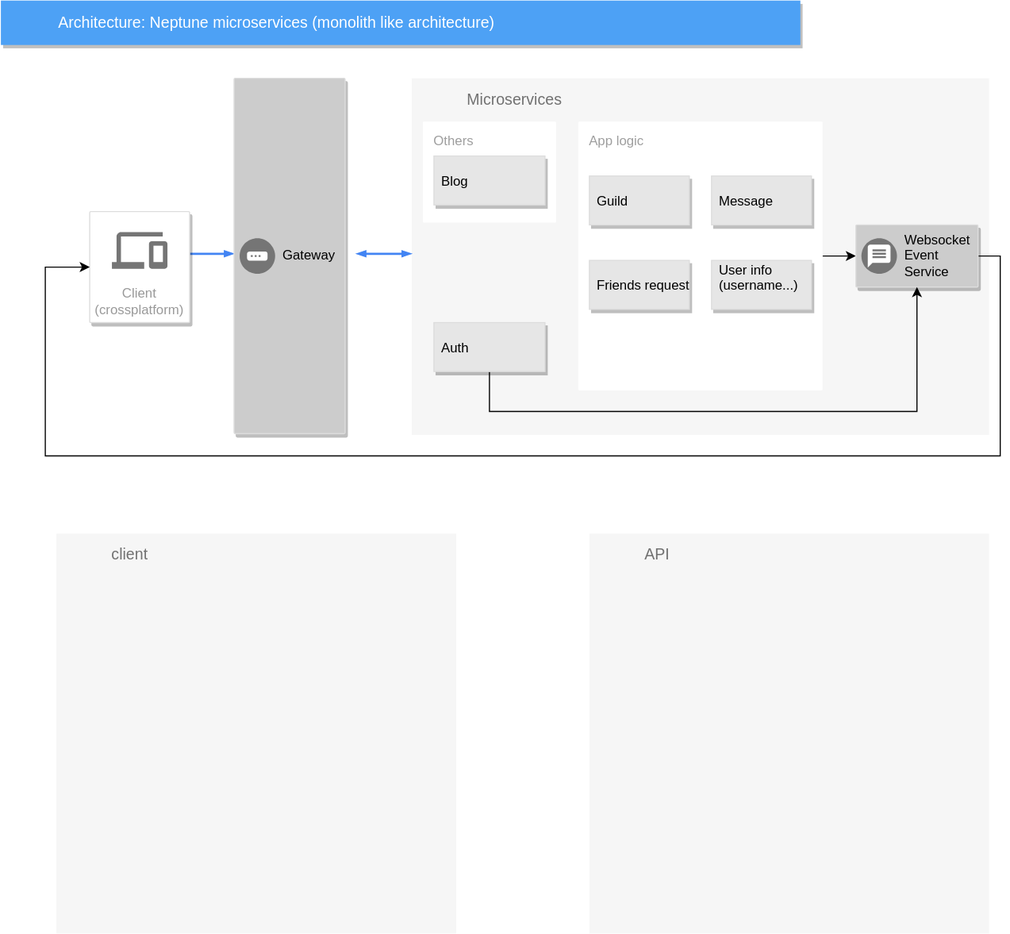
Before: diagram/diagram.svg, a diagram exported from draw.io (UchatOrg/guideline). Source tidied: cells renumbered, new cells last; positions are measured from the earlier drawing's top-left corner, leaving out a move shared by most shapes.
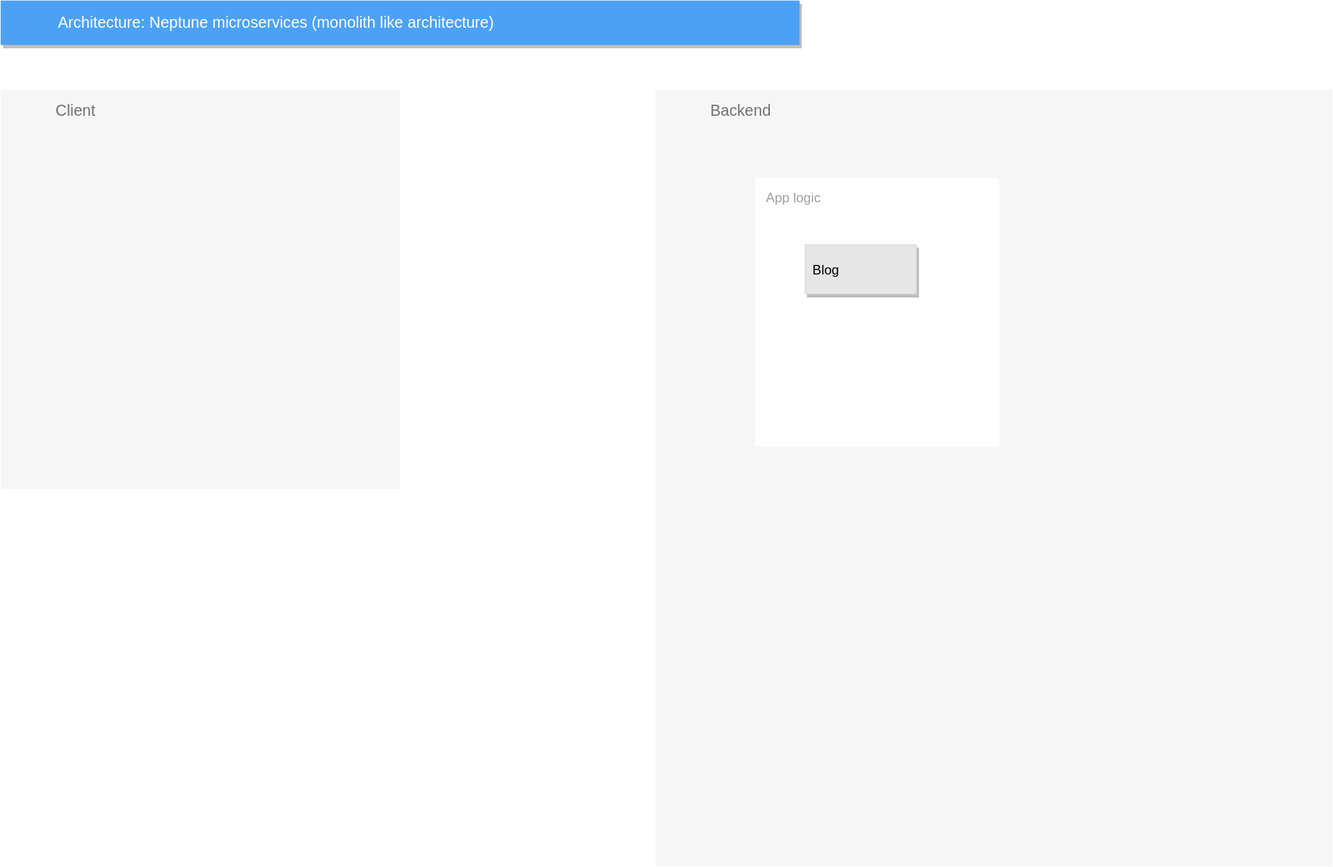
Later version of the same file.

The edit, as a diff of the source:
```diff
@@ -2,47 +2,12 @@
   <root>
     <mxCell id="0" />
     <mxCell id="1" parent="0" />
-    <mxCell id="2" value="&lt;div&gt;Microservices&lt;/div&gt;" style="fillColor=#F6F6F6;strokeColor=none;shadow=0;gradientColor=none;fontSize=14;align=left;spacing=10;fontColor=#717171;9E9E9E;verticalAlign=top;spacingTop=-4;fontStyle=0;spacingLeft=40;html=1;" parent="1" vertex="1">
-      <mxGeometry x="370" y="70" width="520" height="321" as="geometry" />
-    </mxCell>
     <mxCell id="3" value="Architecture: Neptune microservices (monolith like architecture)" style="fillColor=#4DA1F5;strokeColor=none;shadow=1;gradientColor=none;fontSize=14;align=left;spacingLeft=50;fontColor=#ffffff;html=1;" parent="1" vertex="1">
-      <mxGeometry width="720" height="40" as="geometry" />
+      <mxGeometry x="-190" width="720" height="40" as="geometry" />
     </mxCell>
-    <mxCell id="4" style="edgeStyle=orthogonalEdgeStyle;rounded=0;html=1;labelBackgroundColor=none;startFill=1;startSize=4;endArrow=blockThin;endFill=1;endSize=4;jettySize=auto;strokeColor=#4284F3;strokeWidth=2;fontSize=12;fontColor=#000000;align=left;dashed=0;" parent="1" edge="1" source="5">
-      <mxGeometry relative="1" as="geometry">
-        <mxPoint x="210" y="228" as="targetPoint" />
-        <Array as="points">
-          <mxPoint x="210" y="228" />
-          <mxPoint x="210" y="228" />
-        </Array>
-      </mxGeometry>
-    </mxCell>
-    <mxCell id="5" value="&lt;div&gt;Client&lt;/div&gt;&lt;div&gt;(crossplatform)&lt;/div&gt;" style="strokeColor=#dddddd;fillColor=#FFFFFF;shadow=1;strokeWidth=1;rounded=1;absoluteArcSize=1;arcSize=2;labelPosition=center;verticalLabelPosition=middle;align=center;verticalAlign=bottom;spacingLeft=0;fontColor=#999999;fontSize=12;whiteSpace=wrap;spacingBottom=2;html=1;" parent="1" vertex="1">
-      <mxGeometry x="80" y="190" width="90" height="100" as="geometry" />
-    </mxCell>
-    <mxCell id="6" style="dashed=0;html=1;fillColor=#757575;strokeColor=none;shape=mxgraph.gcp2.desktop_and_mobile;" parent="5" vertex="1">
-      <mxGeometry x="0.5" width="50" height="33" relative="1" as="geometry">
-        <mxPoint x="-25" y="18.5" as="offset" />
-      </mxGeometry>
-    </mxCell>
-    <mxCell id="7" style="edgeStyle=orthogonalEdgeStyle;rounded=0;html=1;labelBackgroundColor=none;startFill=1;startSize=4;endArrow=blockThin;endFill=1;endSize=4;jettySize=auto;orthogonalLoop=1;strokeColor=#4284F3;strokeWidth=2;fontSize=12;fontColor=#000000;align=left;dashed=0;startArrow=blockThin;" parent="1" edge="1">
-      <mxGeometry relative="1" as="geometry">
-        <mxPoint x="320" y="228" as="sourcePoint" />
-        <mxPoint x="370" y="228" as="targetPoint" />
-        <Array as="points">
-          <mxPoint x="340" y="228" />
-          <mxPoint x="340" y="228" />
-        </Array>
-      </mxGeometry>
-    </mxCell>
-    <mxCell id="8" style="edgeStyle=orthogonalEdgeStyle;rounded=0;jettySize=auto;html=1;exitX=1;exitY=0.5;exitDx=0;exitDy=0;exitPerimeter=0;" parent="1" edge="1" source="9" target="11">
-      <mxGeometry relative="1" as="geometry" />
-    </mxCell>
-    <mxCell id="9" value="&lt;div&gt;App logic&lt;br&gt;&lt;/div&gt;" style="points=[[0,0,0],[0.25,0,0],[0.5,0,0],[0.75,0,0],[1,0,0],[1,0.25,0],[1,0.5,0],[1,0.75,0],[1,1,0],[0.75,1,0],[0.5,1,0],[0.25,1,0],[0,1,0],[0,0.75,0],[0,0.5,0],[0,0.25,0]];rounded=1;absoluteArcSize=1;arcSize=2;html=1;strokeColor=none;gradientColor=none;shadow=0;dashed=0;fontSize=12;fontColor=#9E9E9E;align=left;verticalAlign=top;spacing=10;spacingTop=-4;" parent="1" vertex="1">
-      <mxGeometry x="520" y="109" width="220" height="242" as="geometry" />
-    </mxCell>
-    <mxCell id="10" style="edgeStyle=orthogonalEdgeStyle;rounded=0;jettySize=auto;html=1;exitX=1;exitY=0.5;exitDx=0;exitDy=0;entryX=0;entryY=0.5;entryDx=0;entryDy=0;" parent="1" edge="1" source="11" target="5">
+    <mxCell id="10" style="edgeStyle=orthogonalEdgeStyle;rounded=0;jettySize=auto;html=1;exitX=1;exitY=0.5;exitDx=0;exitDy=0;entryX=0;entryY=0.5;entryDx=0;entryDy=0;" parent="1" edge="1" source="x">
       <mxGeometry relative="1" as="geometry">
+        <mxPoint x="80" y="240" as="targetPoint" />
         <Array as="points">
           <mxPoint x="900" y="230" />
           <mxPoint x="900" y="410" />
@@ -51,56 +16,17 @@
         </Array>
       </mxGeometry>
     </mxCell>
-    <mxCell id="11" style="strokeColor=#dddddd;shadow=1;strokeWidth=1;rounded=1;absoluteArcSize=1;arcSize=2;fillColor=#CCCCCC;" parent="1" vertex="1">
-      <mxGeometry x="770" y="202" width="110" height="56" as="geometry" />
-    </mxCell>
-    <mxCell id="12" value="&lt;div&gt;Websocket&lt;/div&gt;&lt;div&gt;Event&lt;/div&gt;&lt;div&gt;Service&lt;/div&gt;" style="dashed=0;html=1;fillColor=#757575;strokeColor=none;shape=mxgraph.gcp2.push_notification_service;labelPosition=right;verticalLabelPosition=middle;align=left;verticalAlign=middle;spacingLeft=5;fontSize=12;" parent="11" vertex="1">
-      <mxGeometry y="0.5" width="32" height="32" relative="1" as="geometry">
-        <mxPoint x="5" y="-16" as="offset" />
-      </mxGeometry>
-    </mxCell>
-    <mxCell id="13" style="strokeColor=#dddddd;shadow=1;strokeWidth=1;rounded=1;absoluteArcSize=1;arcSize=2;fillColor=#CCCCCC;" parent="1" vertex="1">
-      <mxGeometry x="210" y="70" width="100" height="320" as="geometry" />
-    </mxCell>
-    <mxCell id="14" value="Gateway" style="dashed=0;html=1;fillColor=#757575;strokeColor=none;shape=mxgraph.gcp2.gateway;labelPosition=right;verticalLabelPosition=middle;align=left;verticalAlign=middle;spacingLeft=5;fontSize=12;" parent="13" vertex="1">
-      <mxGeometry y="0.5" width="32" height="32" relative="1" as="geometry">
-        <mxPoint x="5" y="-16" as="offset" />
-      </mxGeometry>
-    </mxCell>
-    <mxCell id="15" value="Guild" style="dashed=0;strokeColor=#dddddd;shadow=1;strokeWidth=1;labelPosition=center;verticalLabelPosition=middle;align=left;verticalAlign=middle;spacingLeft=5;fontSize=12;fillColor=#E6E6E6;" parent="1" vertex="1">
-      <mxGeometry x="530" y="158" width="90" height="44" as="geometry" />
-    </mxCell>
-    <mxCell id="16" value="Message" style="dashed=0;strokeColor=#dddddd;shadow=1;strokeWidth=1;labelPosition=center;verticalLabelPosition=middle;align=left;verticalAlign=middle;spacingLeft=5;fontSize=12;fillColor=#E6E6E6;" parent="1" vertex="1">
-      <mxGeometry x="640" y="158" width="90" height="44" as="geometry" />
-    </mxCell>
-    <mxCell id="17" value="Friends request" style="dashed=0;strokeColor=#dddddd;shadow=1;strokeWidth=1;labelPosition=center;verticalLabelPosition=middle;align=left;verticalAlign=middle;spacingLeft=5;fontSize=12;fillColor=#E6E6E6;" parent="1" vertex="1">
-      <mxGeometry x="530" y="234" width="90" height="44" as="geometry" />
-    </mxCell>
-    <mxCell id="18" value="User info&#10;(username...)&#10;" style="dashed=0;strokeColor=#dddddd;shadow=1;strokeWidth=1;labelPosition=center;verticalLabelPosition=middle;align=left;verticalAlign=middle;spacingLeft=5;fontSize=12;fillColor=#E6E6E6;" parent="1" vertex="1">
-      <mxGeometry x="640" y="234" width="90" height="44" as="geometry" />
-    </mxCell>
-    <mxCell id="19" style="edgeStyle=orthogonalEdgeStyle;rounded=0;jettySize=auto;html=1;entryX=0.5;entryY=1;entryDx=0;entryDy=0;" parent="1" edge="1" source="20" target="11">
-      <mxGeometry relative="1" as="geometry">
-        <Array as="points">
-          <mxPoint x="440" y="370" />
-          <mxPoint x="825" y="370" />
-        </Array>
-      </mxGeometry>
-    </mxCell>
-    <mxCell id="20" value="Auth" style="dashed=0;strokeColor=#dddddd;shadow=1;strokeWidth=1;labelPosition=center;verticalLabelPosition=middle;align=left;verticalAlign=middle;spacingLeft=5;fontSize=12;fillColor=#E6E6E6;" parent="1" vertex="1">
-      <mxGeometry x="390" y="290" width="100" height="44" as="geometry" />
-    </mxCell>
-    <mxCell id="21" value="Others" style="rounded=1;absoluteArcSize=1;arcSize=2;html=1;strokeColor=none;gradientColor=none;shadow=0;dashed=0;fontSize=12;fontColor=#9E9E9E;align=left;verticalAlign=top;spacing=10;spacingTop=-4;" parent="1" vertex="1">
-      <mxGeometry x="380" y="109" width="120" height="91" as="geometry" />
-    </mxCell>
-    <mxCell id="22" value="Blog" style="dashed=0;strokeColor=#dddddd;shadow=1;strokeWidth=1;labelPosition=center;verticalLabelPosition=middle;align=left;verticalAlign=middle;spacingLeft=5;fontSize=12;fillColor=#E6E6E6;" parent="1" vertex="1">
-      <mxGeometry x="390" y="140" width="100" height="44" as="geometry" />
-    </mxCell>
-    <mxCell id="23" value="client " style="fillColor=#F6F6F6;strokeColor=none;shadow=0;gradientColor=none;fontSize=14;align=left;spacing=10;fontColor=#717171;9E9E9E;verticalAlign=top;spacingTop=-4;fontStyle=0;spacingLeft=40;html=1;" parent="1" vertex="1">
-      <mxGeometry x="50" y="480" width="360" height="360" as="geometry" />
+    <mxCell id="23" value="Client" style="fillColor=#F6F6F6;strokeColor=none;shadow=0;gradientColor=none;fontSize=14;align=left;spacing=10;fontColor=#717171;9E9E9E;verticalAlign=top;spacingTop=-4;fontStyle=0;spacingLeft=40;html=1;" parent="1" vertex="1">
+      <mxGeometry x="-190" y="80" width="360" height="360" as="geometry" />
     </mxCell>
-    <mxCell id="24" value="API" style="fillColor=#F6F6F6;strokeColor=none;shadow=0;gradientColor=none;fontSize=14;align=left;spacing=10;fontColor=#717171;9E9E9E;verticalAlign=top;spacingTop=-4;fontStyle=0;spacingLeft=40;html=1;" parent="1" vertex="1">
-      <mxGeometry x="530" y="480" width="360" height="360" as="geometry" />
+    <mxCell id="24" value="Backend&lt;br&gt;" style="fillColor=#F6F6F6;strokeColor=none;shadow=0;gradientColor=none;fontSize=14;align=left;spacing=10;fontColor=#717171;9E9E9E;verticalAlign=top;spacingTop=-4;fontStyle=0;spacingLeft=40;html=1;" parent="1" vertex="1">
+      <mxGeometry x="400" y="80" width="610" height="700" as="geometry" />
     </mxCell>
+    <mxCell id="9" value="&lt;div&gt;App logic&lt;br&gt;&lt;/div&gt;" style="points=[[0,0,0],[0.25,0,0],[0.5,0,0],[0.75,0,0],[1,0,0],[1,0.25,0],[1,0.5,0],[1,0.75,0],[1,1,0],[0.75,1,0],[0.5,1,0],[0.25,1,0],[0,1,0],[0,0.75,0],[0,0.5,0],[0,0.25,0]];rounded=1;absoluteArcSize=1;arcSize=2;html=1;strokeColor=none;gradientColor=none;shadow=0;dashed=0;fontSize=12;fontColor=#9E9E9E;align=left;verticalAlign=top;spacing=10;spacingTop=-4;" parent="1" vertex="1">
+      <mxGeometry x="490" y="160" width="220" height="242" as="geometry" />
+    </mxCell>
+    <mxCell id="22" value="Blog" style="dashed=0;strokeColor=#dddddd;shadow=1;strokeWidth=1;labelPosition=center;verticalLabelPosition=middle;align=left;verticalAlign=middle;spacingLeft=5;fontSize=12;fillColor=#E6E6E6;" parent="1" vertex="1">
+      <mxGeometry x="535" y="220" width="100" height="44" as="geometry" />
+    </mxCell>
   </root>
 </mxGraphModel>
```
